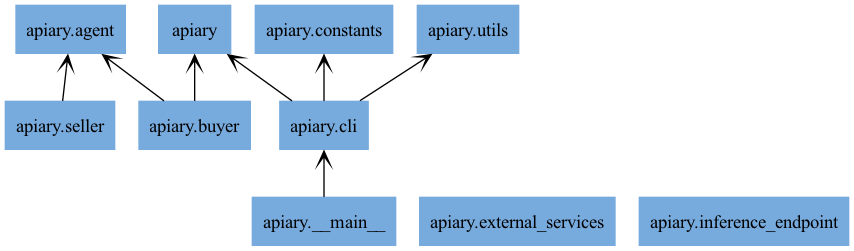
The Graphviz diagram docs/img/packages_apiary.png in CoopHive/Apiary, before a commit. Its source is kept beside it as docs/img/packages_apiary.dot.
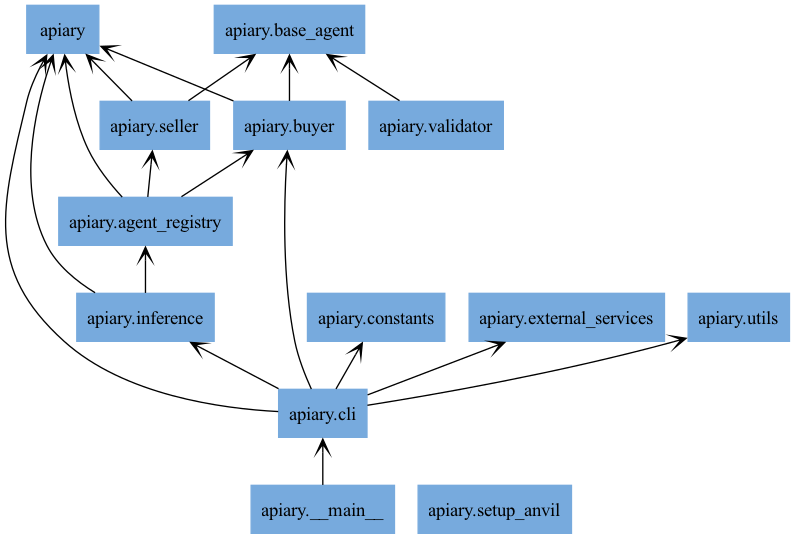
Above is the later version.

Diff of the diagram source:
```diff
@@ -3,19 +3,32 @@
 charset="utf-8"
 "apiary" [color="#77AADD", label=<apiary>, shape="box", style="filled"];
 "apiary.__main__" [color="#77AADD", label=<apiary.__main__>, shape="box", style="filled"];
-"apiary.agent" [color="#77AADD", label=<apiary.agent>, shape="box", style="filled"];
+"apiary.agent_registry" [color="#77AADD", label=<apiary.agent_registry>, shape="box", style="filled"];
+"apiary.base_agent" [color="#77AADD", label=<apiary.base_agent>, shape="box", style="filled"];
 "apiary.buyer" [color="#77AADD", label=<apiary.buyer>, shape="box", style="filled"];
 "apiary.cli" [color="#77AADD", label=<apiary.cli>, shape="box", style="filled"];
 "apiary.constants" [color="#77AADD", label=<apiary.constants>, shape="box", style="filled"];
 "apiary.external_services" [color="#77AADD", label=<apiary.external_services>, shape="box", style="filled"];
-"apiary.inference_endpoint" [color="#77AADD", label=<apiary.inference_endpoint>, shape="box", style="filled"];
+"apiary.inference" [color="#77AADD", label=<apiary.inference>, shape="box", style="filled"];
 "apiary.seller" [color="#77AADD", label=<apiary.seller>, shape="box", style="filled"];
+"apiary.setup_anvil" [color="#77AADD", label=<apiary.setup_anvil>, shape="box", style="filled"];
 "apiary.utils" [color="#77AADD", label=<apiary.utils>, shape="box", style="filled"];
+"apiary.validator" [color="#77AADD", label=<apiary.validator>, shape="box", style="filled"];
 "apiary.__main__" -> "apiary.cli" [arrowhead="open", arrowtail="none"];
+"apiary.agent_registry" -> "apiary" [arrowhead="open", arrowtail="none"];
+"apiary.agent_registry" -> "apiary.buyer" [arrowhead="open", arrowtail="none"];
+"apiary.agent_registry" -> "apiary.seller" [arrowhead="open", arrowtail="none"];
 "apiary.buyer" -> "apiary" [arrowhead="open", arrowtail="none"];
-"apiary.buyer" -> "apiary.agent" [arrowhead="open", arrowtail="none"];
+"apiary.buyer" -> "apiary.base_agent" [arrowhead="open", arrowtail="none"];
 "apiary.cli" -> "apiary" [arrowhead="open", arrowtail="none"];
+"apiary.cli" -> "apiary.buyer" [arrowhead="open", arrowtail="none"];
 "apiary.cli" -> "apiary.constants" [arrowhead="open", arrowtail="none"];
+"apiary.cli" -> "apiary.external_services" [arrowhead="open", arrowtail="none"];
+"apiary.cli" -> "apiary.inference" [arrowhead="open", arrowtail="none"];
 "apiary.cli" -> "apiary.utils" [arrowhead="open", arrowtail="none"];
-"apiary.seller" -> "apiary.agent" [arrowhead="open", arrowtail="none"];
+"apiary.inference" -> "apiary" [arrowhead="open", arrowtail="none"];
+"apiary.inference" -> "apiary.agent_registry" [arrowhead="open", arrowtail="none"];
+"apiary.seller" -> "apiary" [arrowhead="open", arrowtail="none"];
+"apiary.seller" -> "apiary.base_agent" [arrowhead="open", arrowtail="none"];
+"apiary.validator" -> "apiary.base_agent" [arrowhead="open", arrowtail="none"];
 }
```
